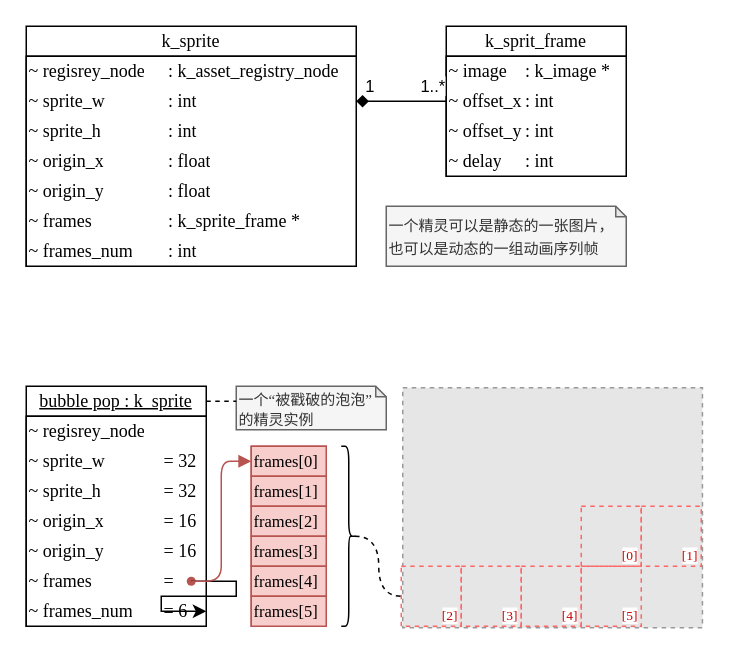
Above: page "精灵" (9 of 18) of docs/drawio/k_game.drawio in szdxdxdx/k_game (draw.io), before the change. Source tidied: cells renumbered, new cells numbered last; positions are measured from the earlier drawing's top-left corner, leaving out a move shared by most shapes. Both pictures are drawn from the tidied source at 150%, with x=0, y=0 at pixel (26, 26). Pictures stored in the file or linked from it are replaced by grey dashed boxes.
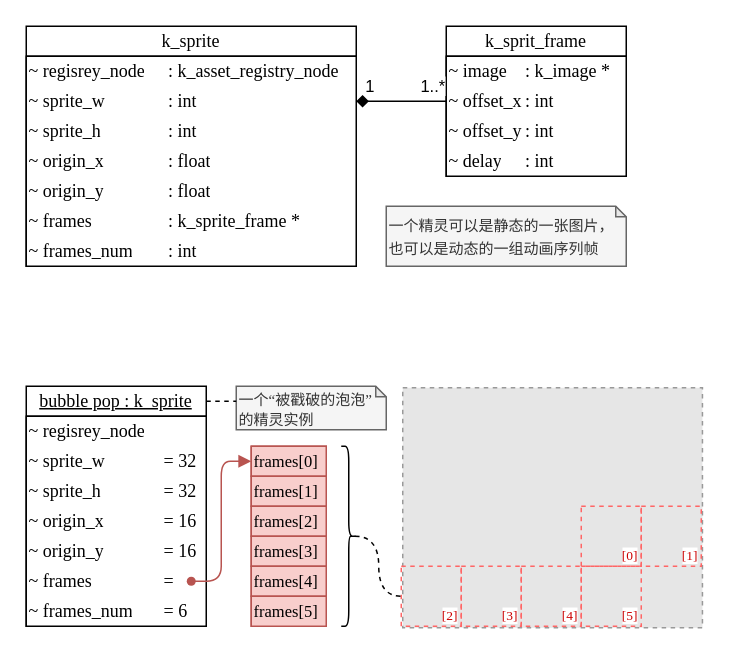
After the change.

The change refers to these unchanged cells:
```xml
<mxCell id="3" style="shape=table;html=1;whiteSpace=wrap;startSize=0;childLayout=tableLayout;columnLines=0;rowLines=0;fontSize=16;strokeColor=default;align=left;" parent="2" vertex="1">
  <mxGeometry y="20" width="120" height="140" as="geometry" />
</mxCell>
<mxCell id="22" style="shape=waypoint;sketch=0;fillStyle=solid;size=6;points=[];fillColor=#f8cecc;perimeter=centerPerimeter;snapToPoint=1;strokeColor=#b85450;" parent="21" vertex="1">
  <mxGeometry x="10" width="20" height="20" as="geometry" />
</mxCell>
<mxCell id="26" style="shape=waypoint;sketch=0;fillStyle=solid;size=6;points=[];fillColor=#f8cecc;perimeter=centerPerimeter;snapToPoint=1;strokeColor=#b85450;" parent="23" vertex="1">
  <mxGeometry x="120" height="20" as="geometry" />
</mxCell>
```

What changed in the source:
```diff
@@
-    <mxCell id="27" style="edgeStyle=entityRelationEdgeStyle;rounded=0;jettySize=auto;html=1;" parent="3" edge="1" source="22" target="26">
-      <mxGeometry relative="1" as="geometry" />
-    </mxCell>
```
